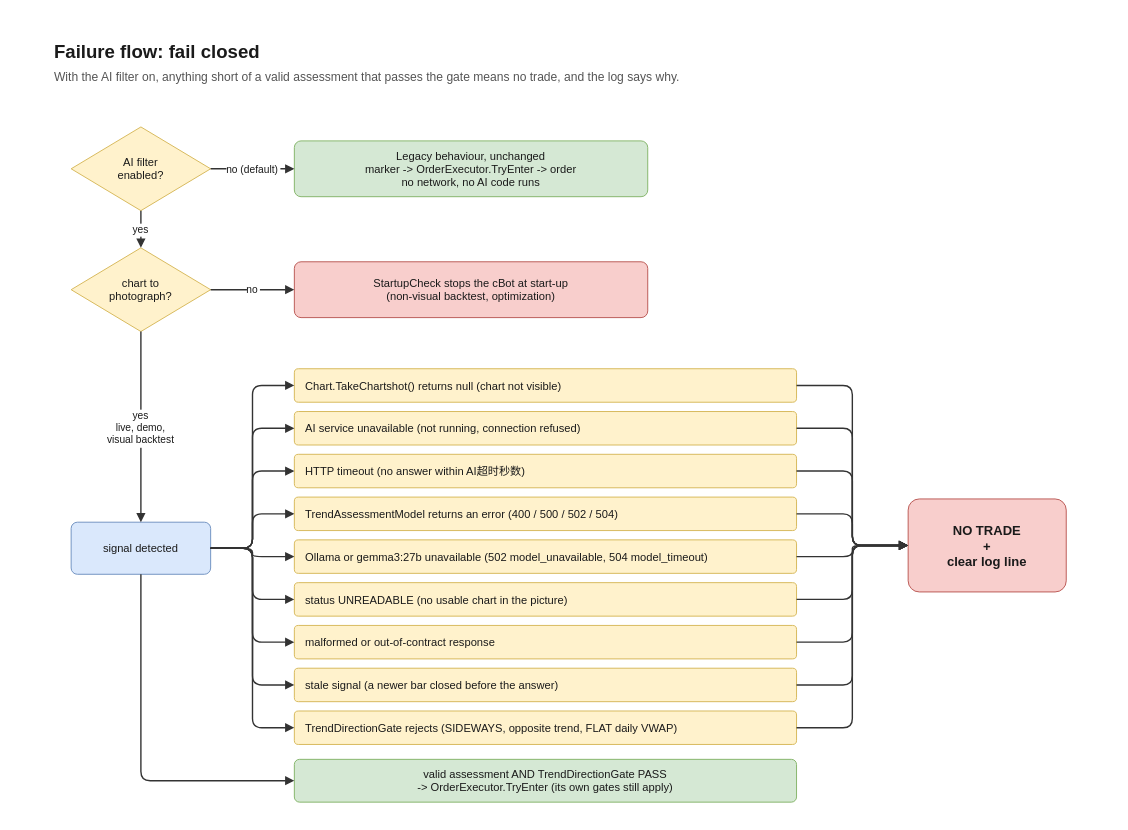
Before: page "5. Failure flow" (5 of 6) of docs/architecture.drawio in richardgong1987/VWAPTradeAI, a draw.io diagram. Source tidied: cells renumbered, new cells numbered last; positions are measured from the earlier drawing's top-left corner, leaving out a move shared by most shapes. Both pictures are drawn from the tidied source at 93%, with x=0, y=0 at pixel (15, 15).
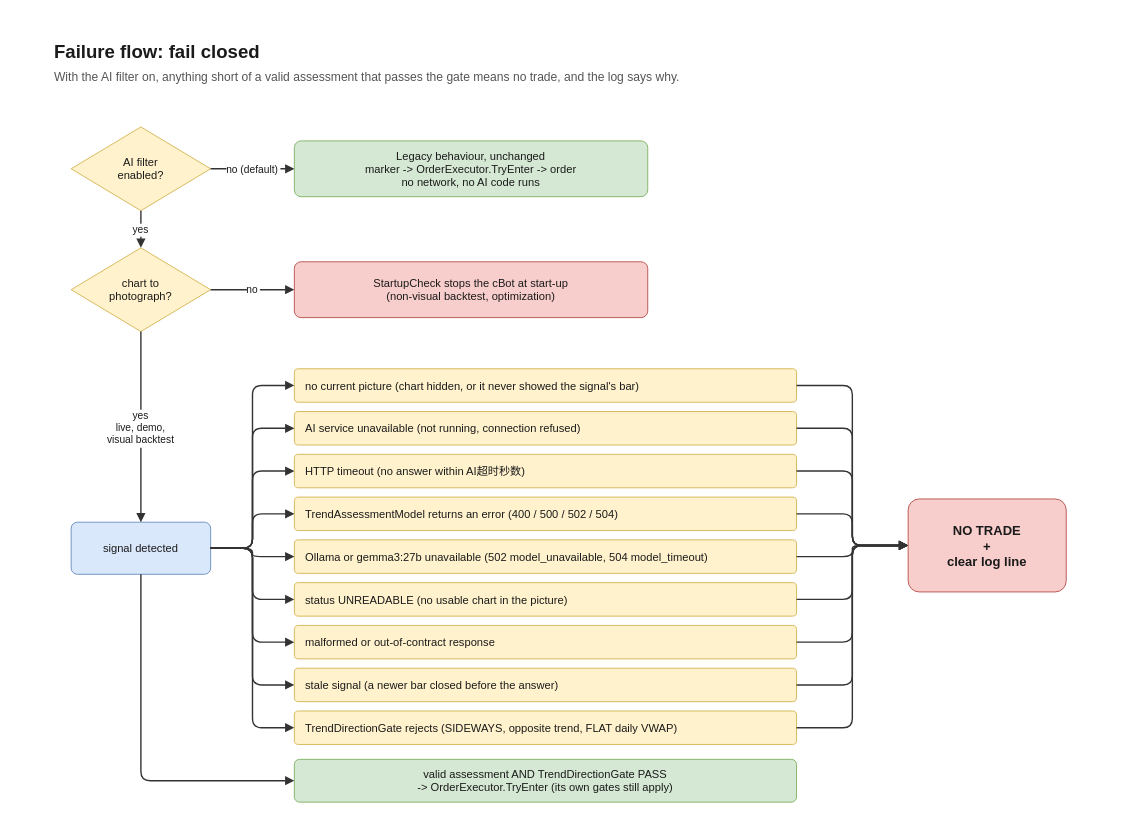
The same diagram, later.

The edit, as a diff of the source:
```diff
@@
-    <mxCell id="15" value="Chart.TakeChartshot() returns null  (chart not visible)" style="html=0;fontFamily=Helvetica;fontColor=#1a1a1a;rounded=1;arcSize=12;fontSize=12;fillColor=#fff2cc;strokeColor=#d6b656;align=left;spacingLeft=10;" parent="1" vertex="1">
+    <mxCell id="15" value="no current picture  (chart hidden, or it never showed the signal's bar)" style="html=0;fontFamily=Helvetica;fontColor=#1a1a1a;rounded=1;arcSize=12;fontSize=12;fillColor=#fff2cc;strokeColor=#d6b656;align=left;spacingLeft=10;" parent="1" vertex="1">
       <mxGeometry x="300" y="380" width="540" height="36" as="geometry" />
     </mxCell>
```
